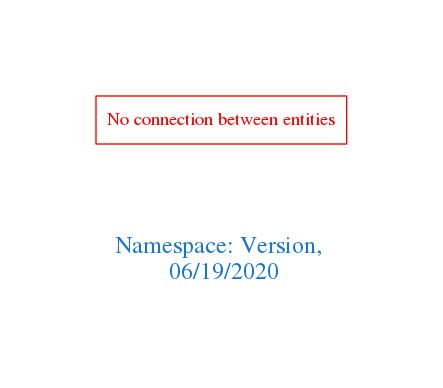
Before: downloads/Version.png, a diagram exported from Graphviz (arago/OGIT). Its source is kept beside it as downloads/Version.dot.
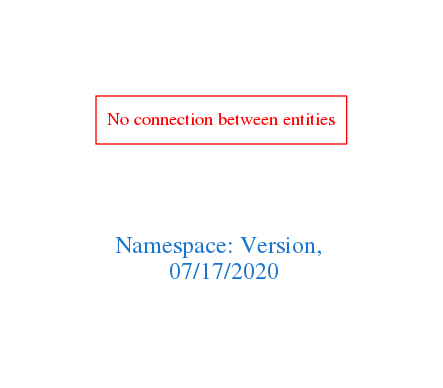
The same diagram one commit later.

The edit, as a diff of the source:
```diff
@@ -1,7 +1,7 @@
 digraph OGIT_ontology {
  graph [ rankdir= LR,pad=1
 fontsize = 18,
-fontcolor= dodgerblue3,label = "\n\n\nNamespace: Version, \n 06/19/2020"];
+fontcolor= dodgerblue3,label = "\n\n\nNamespace: Version, \n 07/17/2020"];
 node[shape=polygon];
 edge [  color="gray81"];
 
```
